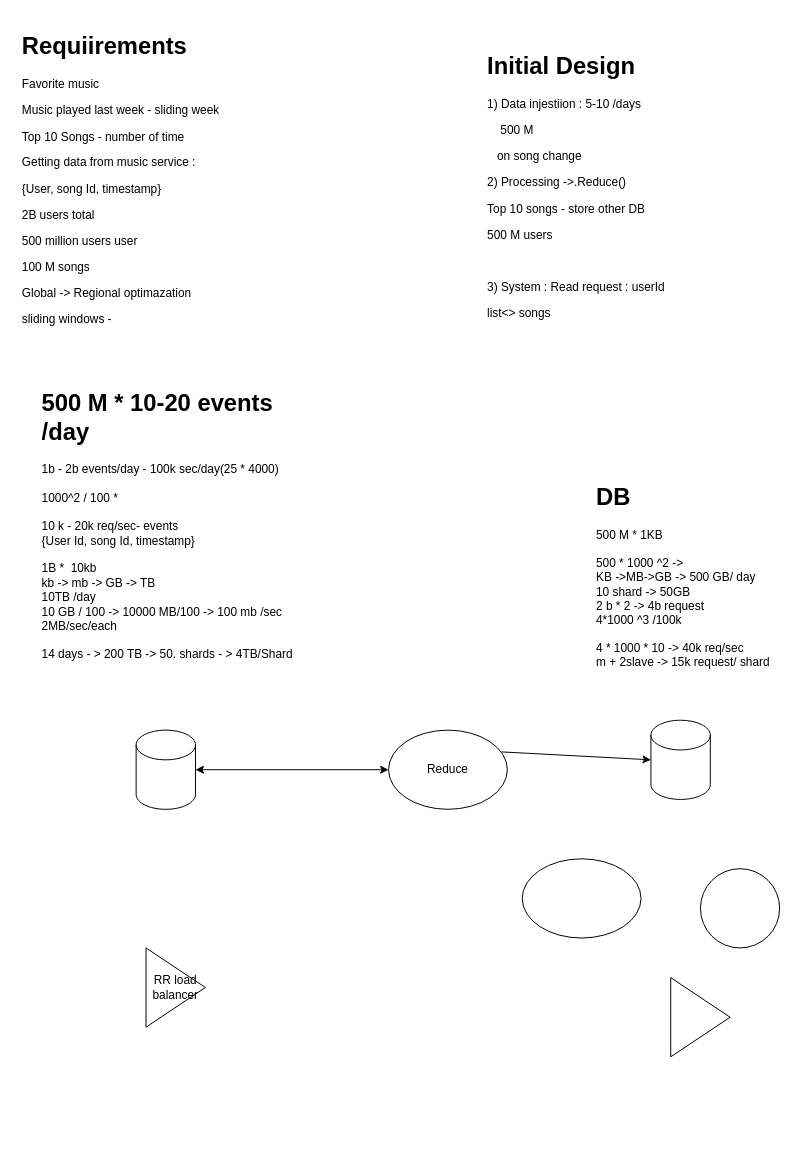
Above: page "Page-2" (2 of 3) of Interview/FB1Design.drawio in ashwiniadlakha/draw_io (draw.io), before the change. Source tidied: cells renumbered, new cells numbered last; positions are measured from the earlier drawing's top-left corner, leaving out a move shared by most shapes. Both pictures are drawn from the tidied source at 99%, with x=0, y=0 at pixel (17, 27).
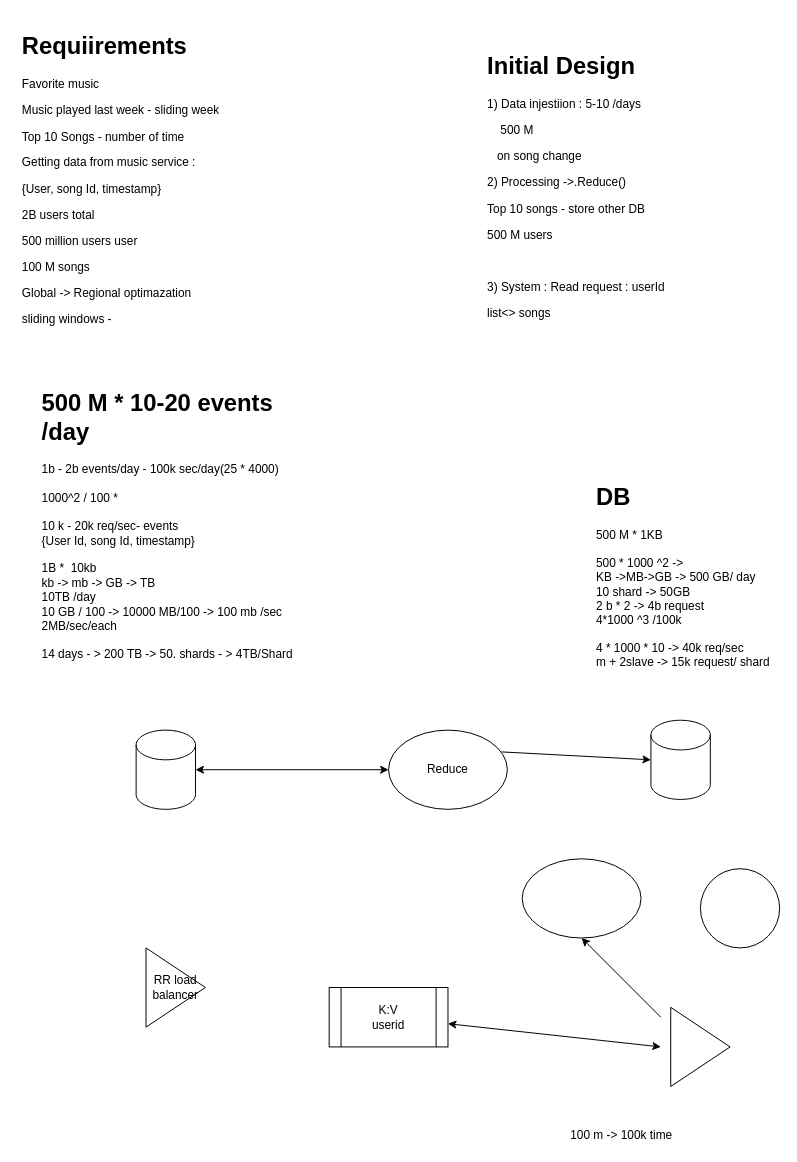
Above is the later version.

Unchanged cells that the change refers to:
```xml
<mxCell id="14" style="ellipse;whiteSpace=wrap;html=1;" parent="1" vertex="1">
  <mxGeometry x="510" y="840" width="120" height="80" as="geometry" />
</mxCell>
```

The edit, as a diff of the source:
```diff
@@
     <mxCell id="11" style="triangle;whiteSpace=wrap;html=1;" parent="1" vertex="1">
-      <mxGeometry x="660" y="960" width="60" height="80" as="geometry" />
+      <mxGeometry x="660" y="990" width="60" height="80" as="geometry" />
     </mxCell>
@@
+    <mxCell id="15" value="100 m -&amp;gt; 100k time" style="text;html=1;align=center;verticalAlign=middle;strokeColor=none;fillColor=none;" parent="1" vertex="1">
+      <mxGeometry x="550" y="1110" width="120" height="20" as="geometry" />
+    </mxCell>
+    <mxCell id="16" value="K:V&lt;br&gt;userid" style="shape=process;whiteSpace=wrap;html=1;backgroundOutline=1;" parent="1" vertex="1">
+      <mxGeometry x="315" y="970" width="120" height="60" as="geometry" />
+    </mxCell>
+    <mxCell id="17" style="endArrow=classic;startArrow=classic;html=1;rounded=0;" parent="1" edge="1" source="16">
+      <mxGeometry relative="1" as="geometry">
+        <mxPoint x="650" y="1030" as="targetPoint" />
+      </mxGeometry>
+    </mxCell>
+    <mxCell id="18" style="endArrow=classic;html=1;rounded=0;entryX=0.5;entryY=1;entryDx=0;entryDy=0;" parent="1" edge="1" target="14">
+      <mxGeometry relative="1" as="geometry">
+        <mxPoint x="650" y="1000" as="sourcePoint" />
+      </mxGeometry>
+    </mxCell>
```
